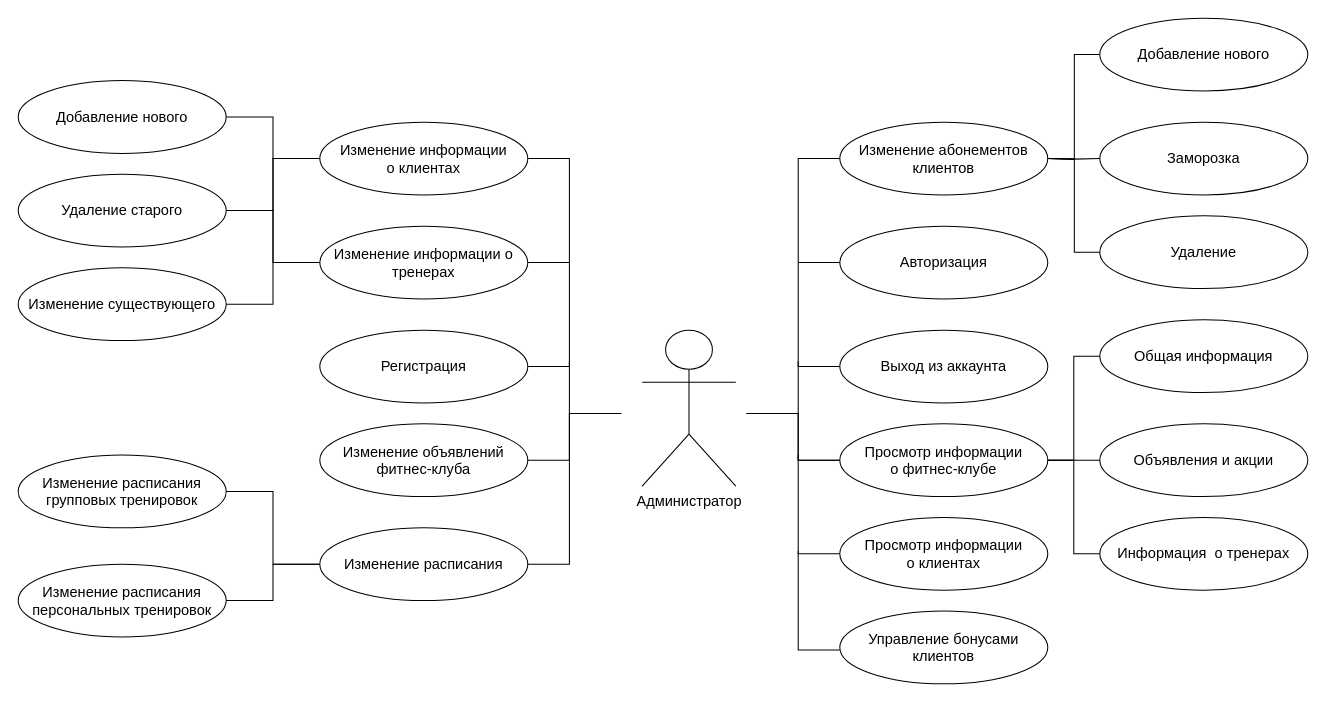
The draw.io diagram page "admin" (2 of 4) of img/usecase.drawio in Ananasiika/FlexAirFit, before the edit. Source tidied: cells renumbered, new cells numbered last; positions are measured from the earlier drawing's top-left corner, leaving out a move shared by most shapes. Both pictures are drawn from the tidied source at 104%, with x=0, y=0 at pixel (18, 18).
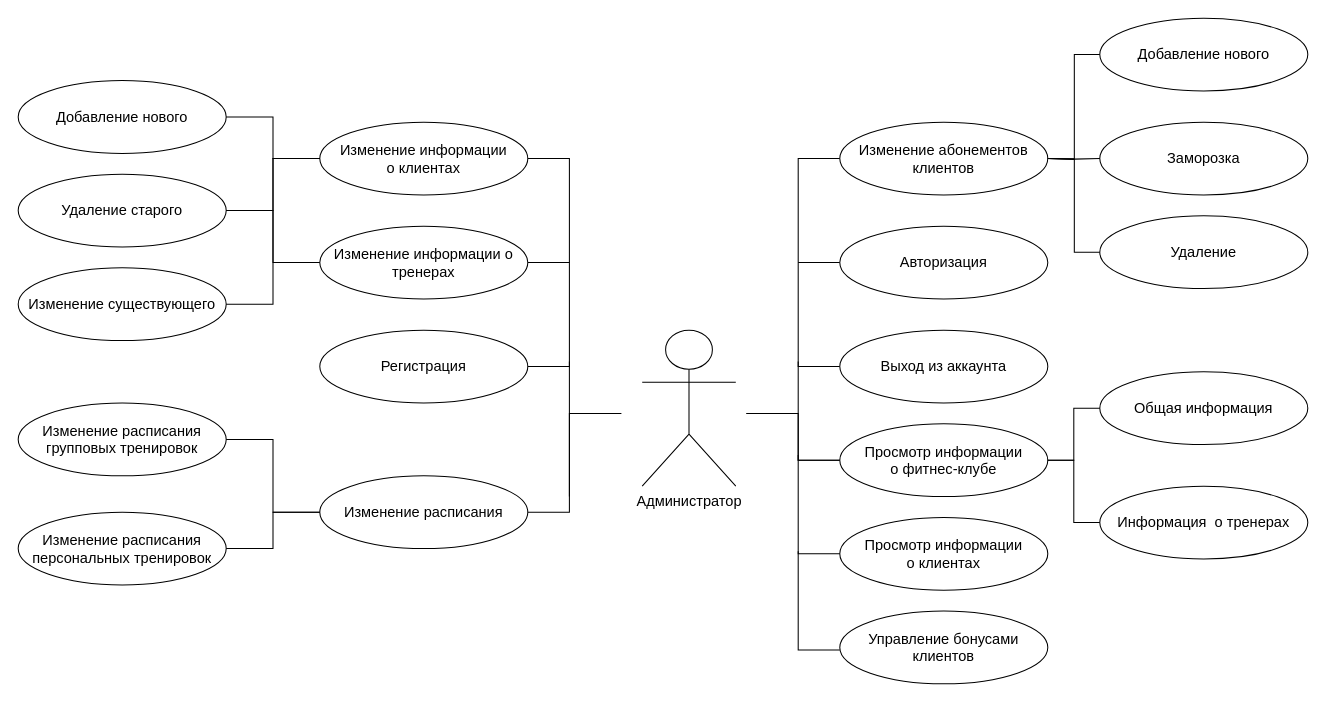
Above is the later version.

The change refers to these unchanged cells:
```xml
<mxCell id="16" value="Просмотр информации&lt;br&gt;о фитнес-клубе" style="ellipse;whiteSpace=wrap;html=1;fontSize=14;" parent="1" vertex="1">
  <mxGeometry x="790" y="390" width="200" height="70" as="geometry" />
</mxCell>
```

Diff of the diagram source:
```diff
@@
-    <mxCell id="12" style="edgeStyle=orthogonalEdgeStyle;html=1;exitX=1;exitY=0.5;exitDx=0;exitDy=0;rounded=0;endArrow=none;endFill=0;" parent="1" edge="1" source="13">
+    <mxCell id="12" style="edgeStyle=orthogonalEdgeStyle;html=1;rounded=0;endArrow=none;endFill=0;" parent="1" edge="1">
       <mxGeometry relative="1" as="geometry">
+        <mxPoint x="530" y="460" as="sourcePoint" />
         <mxPoint x="530" y="330" as="targetPoint" />
         <Array as="points">
           <mxPoint x="530" y="425" />
         </Array>
       </mxGeometry>
     </mxCell>
-    <mxCell id="13" value="Изменение объявлений фитнес-клуба" style="ellipse;whiteSpace=wrap;html=1;fontSize=14;" parent="1" vertex="1">
-      <mxGeometry x="290" y="390" width="200" height="70" as="geometry" />
-    </mxCell>
@@
     <mxCell id="17" style="edgeStyle=orthogonalEdgeStyle;rounded=0;html=1;exitX=1;exitY=0.5;exitDx=0;exitDy=0;endArrow=none;endFill=0;" parent="1" edge="1" source="18">
       <mxGeometry relative="1" as="geometry">
         <mxPoint x="580" y="380" as="targetPoint" />
         <Array as="points">
-          <mxPoint x="530" y="525" />
+          <mxPoint x="530" y="475" />
           <mxPoint x="530" y="380" />
-          <mxPoint x="580" y="380" />
         </Array>
       </mxGeometry>
     </mxCell>
     <mxCell id="18" value="Изменение расписания" style="ellipse;whiteSpace=wrap;html=1;fontSize=14;" parent="1" vertex="1">
-      <mxGeometry x="290" y="490" width="200" height="70" as="geometry" />
+      <mxGeometry x="290" y="440" width="200" height="70" as="geometry" />
     </mxCell>
@@
-    <mxCell id="24" value="Объявления и акции" style="ellipse;whiteSpace=wrap;html=1;fontSize=14;" parent="1" vertex="1">
-      <mxGeometry x="1040" y="390" width="200" height="70" as="geometry" />
-    </mxCell>
     <mxCell id="25" value="Общая информация" style="ellipse;whiteSpace=wrap;html=1;fontSize=14;" parent="1" vertex="1">
-      <mxGeometry x="1040" y="290" width="200" height="70" as="geometry" />
+      <mxGeometry x="1040" y="340" width="200" height="70" as="geometry" />
     </mxCell>
@@
-    <mxCell id="27" style="endArrow=none;html=1;rounded=0;entryX=0;entryY=0.5;entryDx=0;entryDy=0;exitX=1;exitY=0.5;exitDx=0;exitDy=0;edgeStyle=orthogonalEdgeStyle;" parent="1" edge="1" source="16" target="24">
-      <mxGeometry relative="1" as="geometry" />
-    </mxCell>
     <mxCell id="28" value="Информация&amp;nbsp; о тренерах" style="ellipse;whiteSpace=wrap;html=1;fontSize=14;" parent="1" vertex="1">
-      <mxGeometry x="1040" y="480" width="200" height="70" as="geometry" />
+      <mxGeometry x="1040" y="450" width="200" height="70" as="geometry" />
     </mxCell>
@@
     <mxCell id="35" value="Изменение расписания групповых тренировок" style="ellipse;whiteSpace=wrap;html=1;fontSize=14;" parent="1" vertex="1">
-      <mxGeometry y="420" width="200" height="70" as="geometry" />
+      <mxGeometry y="370" width="200" height="70" as="geometry" />
     </mxCell>
     <mxCell id="36" value="Изменение расписания персональных тренировок" style="ellipse;whiteSpace=wrap;html=1;fontSize=14;" parent="1" vertex="1">
-      <mxGeometry y="525" width="200" height="70" as="geometry" />
+      <mxGeometry y="475" width="200" height="70" as="geometry" />
     </mxCell>
```
